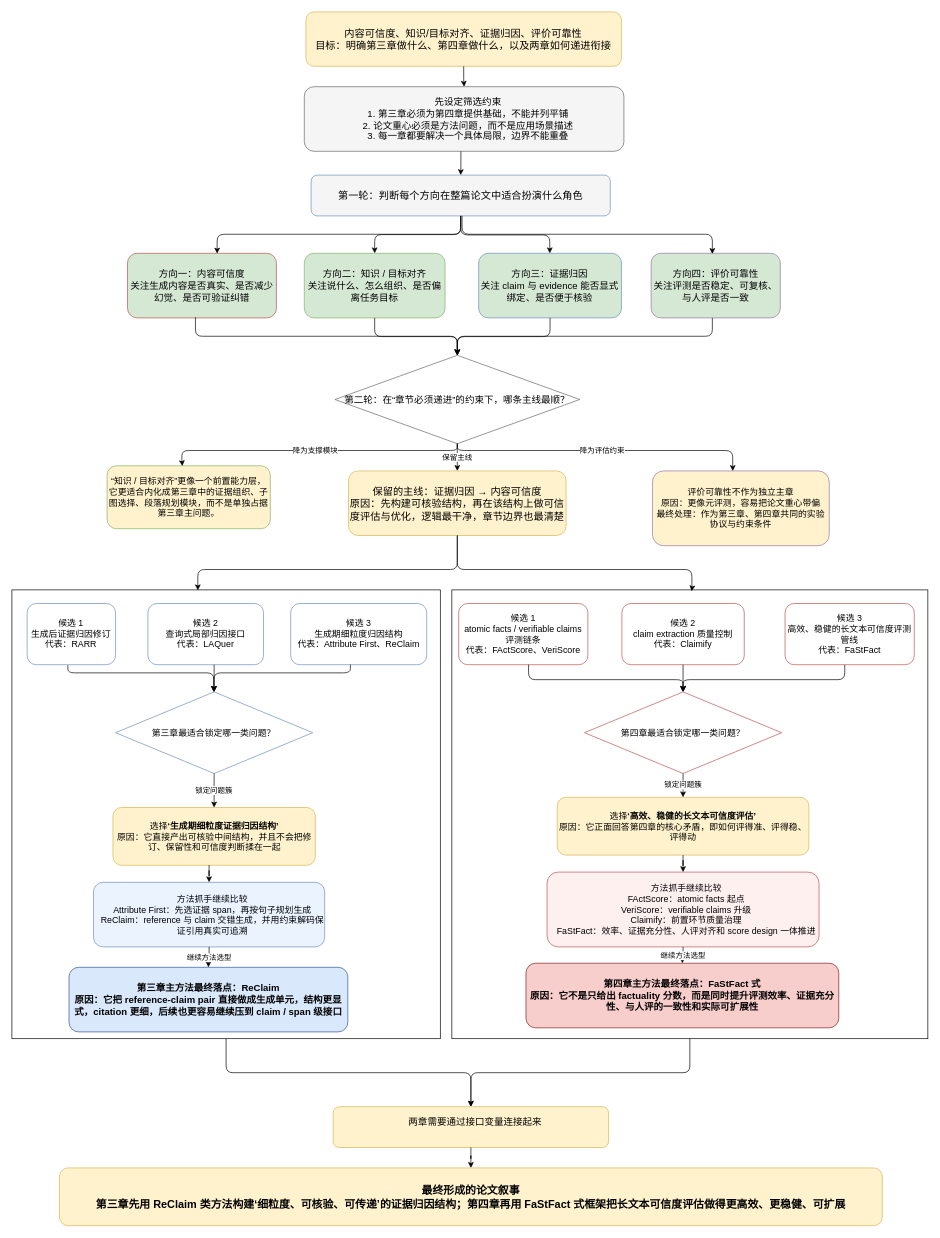
handsome-tony/picture keeps this draw.io diagram as 20260409(2).drawio. Above is the earlier version. Source tidied: cells renumbered, new cells numbered last; positions are measured from the earlier drawing's top-left corner, leaving out a move shared by most shapes. Both pictures are drawn from the tidied source at 68%, with x=0, y=0 at pixel (12, 12).
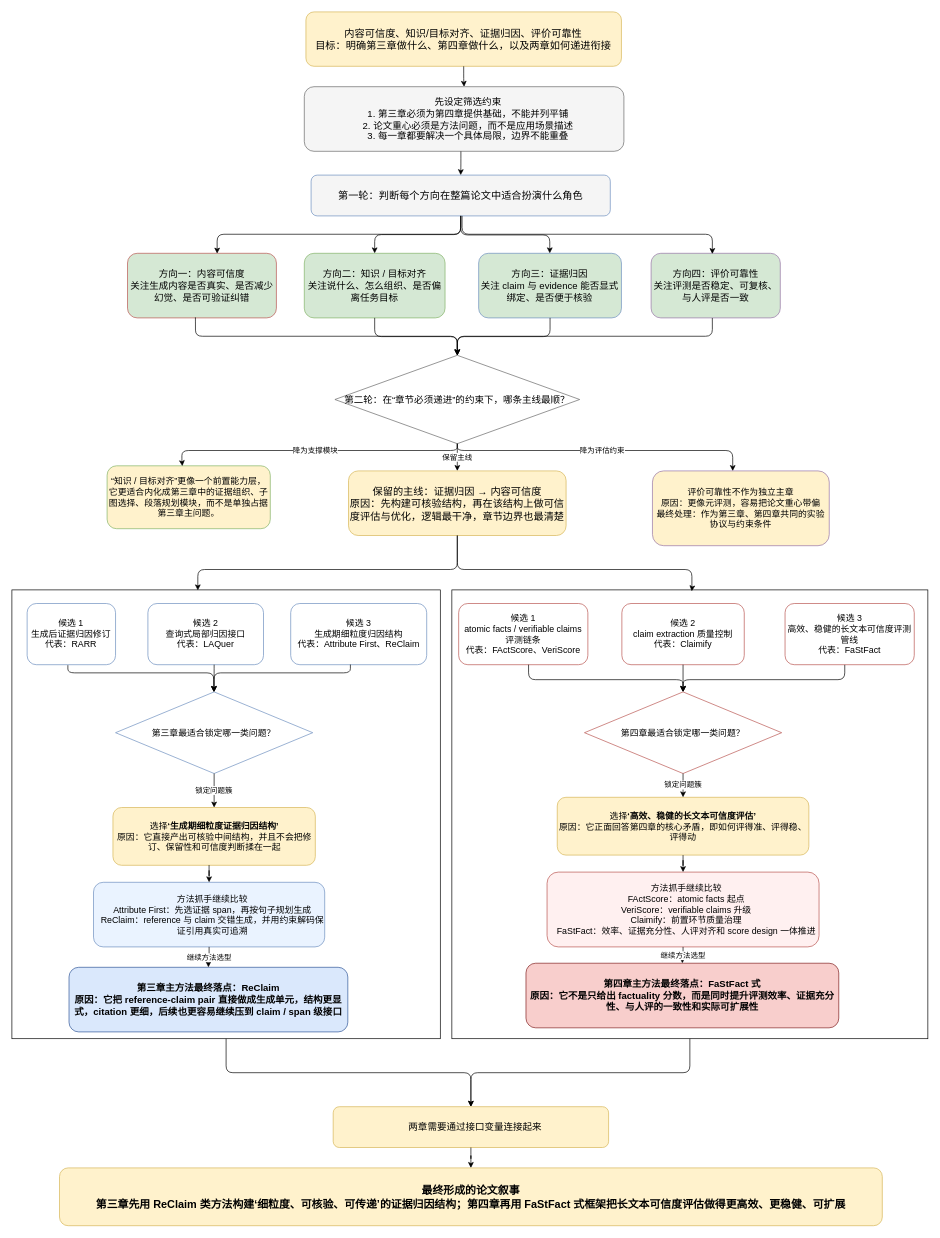
The same page after the edit.

Diff of the diagram source:
```diff
@@
-    <mxCell id="17" value="两章需要通过接口变量连接起来&lt;div&gt;&lt;br&gt;&lt;/div&gt;" style="rounded=1;whiteSpace=wrap;html=1;fillColor=#fff2cc;strokeColor=#d6b656;fontSize=14;align=center;spacingLeft=12;" parent="1" vertex="1">
+    <mxCell id="17" value="两章需要通过接口变量连接起来" style="rounded=1;whiteSpace=wrap;html=1;fillColor=#fff2cc;strokeColor=#d6b656;fontSize=14;align=center;spacingLeft=12;" parent="1" vertex="1">
       <mxGeometry x="472.5" y="1610" width="405" height="60" as="geometry" />
     </mxCell>
```
